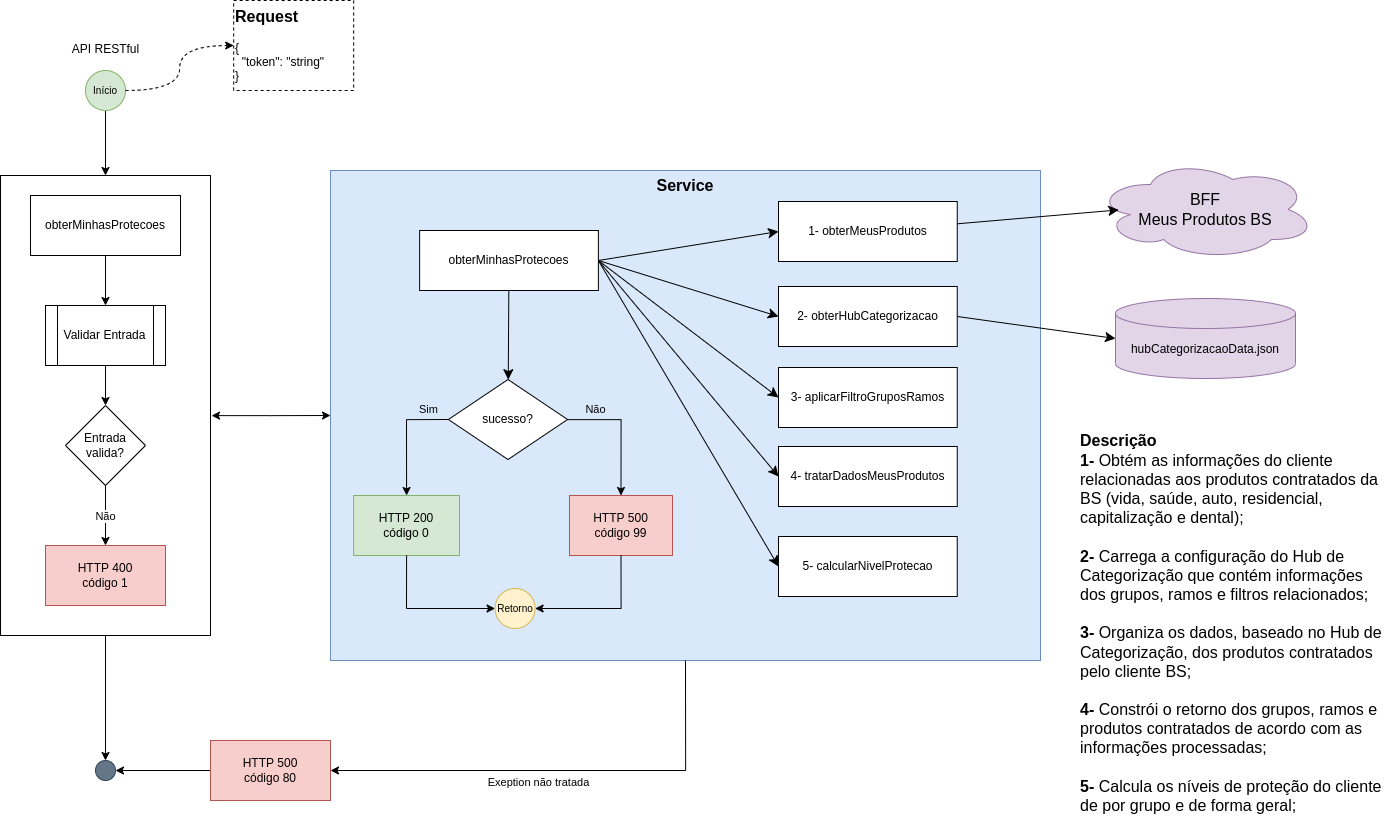
Before: MP_BFF_Fluxo_BS_OPIN-BFF_MinhasProtecoes_MVP-1.drawio.png, a diagram exported from draw.io (eduardohv-ciandt/vsminhasprotecoes). Source tidied: cells renumbered, new cells last; positions are measured from the earlier drawing's top-left corner, leaving out a move shared by most shapes.
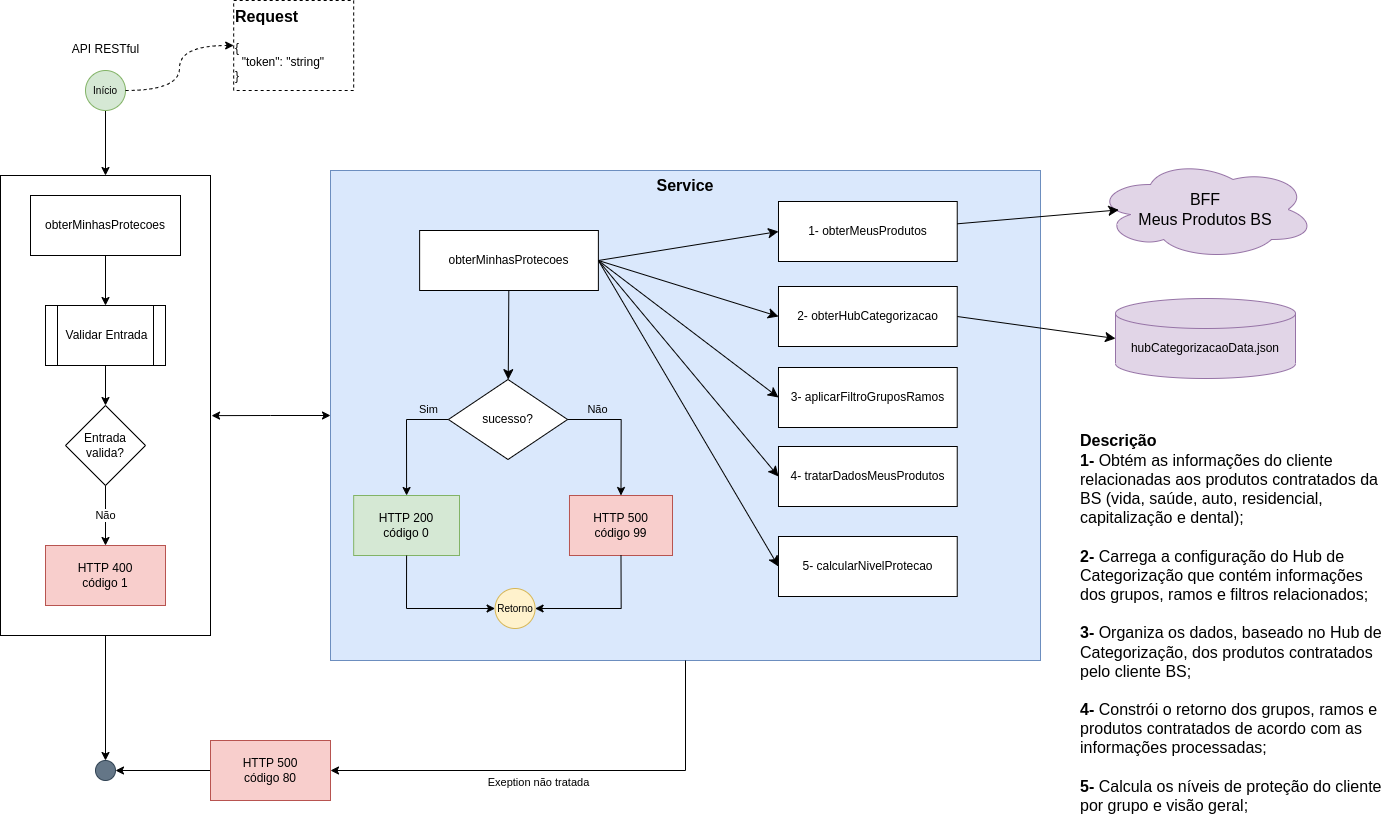
The same file after the commit.

The edit, as a diff of the source:
```diff
@@ -142,7 +142,7 @@
     <mxCell id="47" style="edgeStyle=none;curved=1;rounded=0;jettySize=auto;html=1;fontSize=12;startSize=8;endSize=8;" parent="1" edge="1" source="7" target="45">
       <mxGeometry relative="1" as="geometry" />
     </mxCell>
-    <mxCell id="48" value="&lt;h1&gt;&lt;/h1&gt;&lt;b&gt;Descrição&lt;br&gt;1- &lt;/b&gt;Obtém as informações do cliente relacionadas aos produtos contratados da BS (vida, saúde, auto, residencial, capitalização e dental);&lt;br&gt;&lt;b&gt;&lt;br&gt;&lt;/b&gt;&lt;b style=&quot;border-color: var(--border-color);&quot;&gt;2-&amp;nbsp;&lt;/b&gt;Carrega a configuração do Hub de Categorização que contém informações dos grupos, ramos e filtros relacionados;&amp;nbsp;&lt;br&gt;&lt;b&gt;&lt;br&gt;&lt;/b&gt;&lt;b style=&quot;border-color: var(--border-color);&quot;&gt;3-&amp;nbsp;&lt;/b&gt;Organiza os dados, baseado no Hub de Categorização, dos produtos contratados pelo cliente BS;&amp;nbsp;&lt;br&gt;&lt;b&gt;&lt;br&gt;&lt;/b&gt;&lt;b style=&quot;border-color: var(--border-color);&quot;&gt;4-&amp;nbsp;&lt;/b&gt;Constrói o retorno dos grupos, ramos e produtos contratados de acordo com as informações processadas;&lt;br&gt;&lt;b&gt;&lt;br&gt;&lt;/b&gt;&lt;b style=&quot;border-color: var(--border-color);&quot;&gt;5-&amp;nbsp;&lt;/b&gt;Calcula os níveis de proteção do cliente de por grupo e de forma geral;&lt;br&gt;&lt;span style=&quot;font-size: 12px; text-align: center;&quot;&gt;&lt;b&gt;&lt;br&gt;&lt;/b&gt;&lt;/span&gt;" style="text;html=1;strokeColor=none;fillColor=none;spacing=5;spacingTop=-20;whiteSpace=wrap;overflow=hidden;rounded=0;fontSize=16;strokeWidth=5;perimeterSpacing=5;glass=0;shadow=0;" parent="1" vertex="1">
+    <mxCell id="48" value="&lt;h1&gt;&lt;/h1&gt;&lt;b&gt;Descrição&lt;br&gt;1- &lt;/b&gt;Obtém as informações do cliente relacionadas aos produtos contratados da BS (vida, saúde, auto, residencial, capitalização e dental);&lt;br&gt;&lt;b&gt;&lt;br&gt;&lt;/b&gt;&lt;b style=&quot;border-color: var(--border-color);&quot;&gt;2-&amp;nbsp;&lt;/b&gt;Carrega a configuração do Hub de Categorização que contém informações dos grupos, ramos e filtros relacionados;&amp;nbsp;&lt;br&gt;&lt;b&gt;&lt;br&gt;&lt;/b&gt;&lt;b style=&quot;border-color: var(--border-color);&quot;&gt;3-&amp;nbsp;&lt;/b&gt;Organiza os dados, baseado no Hub de Categorização, dos produtos contratados pelo cliente BS;&amp;nbsp;&lt;br&gt;&lt;b&gt;&lt;br&gt;&lt;/b&gt;&lt;b style=&quot;border-color: var(--border-color);&quot;&gt;4-&amp;nbsp;&lt;/b&gt;Constrói o retorno dos grupos, ramos e produtos contratados de acordo com as informações processadas;&lt;br&gt;&lt;b&gt;&lt;br&gt;&lt;/b&gt;&lt;b style=&quot;border-color: var(--border-color);&quot;&gt;5-&amp;nbsp;&lt;/b&gt;Calcula os níveis de proteção do cliente por grupo e visão geral;&lt;br&gt;&lt;span style=&quot;font-size: 12px; text-align: center;&quot;&gt;&lt;b&gt;&lt;br&gt;&lt;/b&gt;&lt;/span&gt;" style="text;html=1;strokeColor=none;fillColor=none;spacing=5;spacingTop=-20;whiteSpace=wrap;overflow=hidden;rounded=0;fontSize=16;strokeWidth=5;perimeterSpacing=5;glass=0;shadow=0;" parent="1" vertex="1">
       <mxGeometry x="1074.5" y="420" width="310" height="410" as="geometry" />
     </mxCell>
   </root>
```
